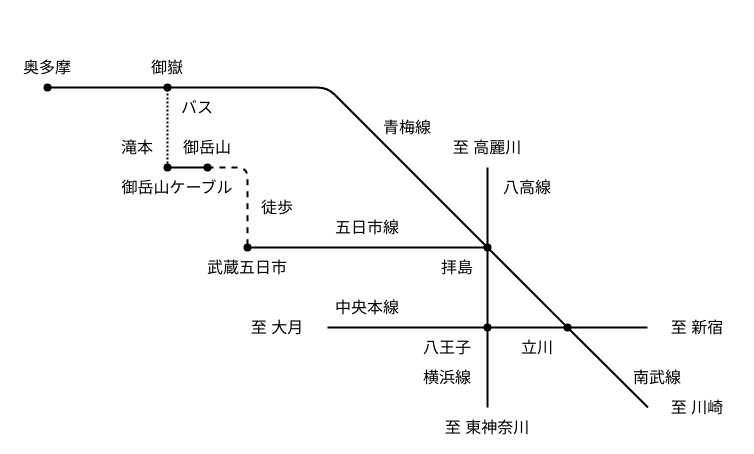
Earlier version of the draw.io diagram page "御岳山-武蔵五日市" (6 of 6) of routes.drawio (nnm-t/techniques-to-escape-from-dead-end-lines). Source tidied: cells renumbered, new cells numbered last; positions are measured from the earlier drawing's top-left corner, leaving out a move shared by most shapes. Both pictures are drawn from the tidied source at 100%, with x=0, y=0 at pixel (17, 57).
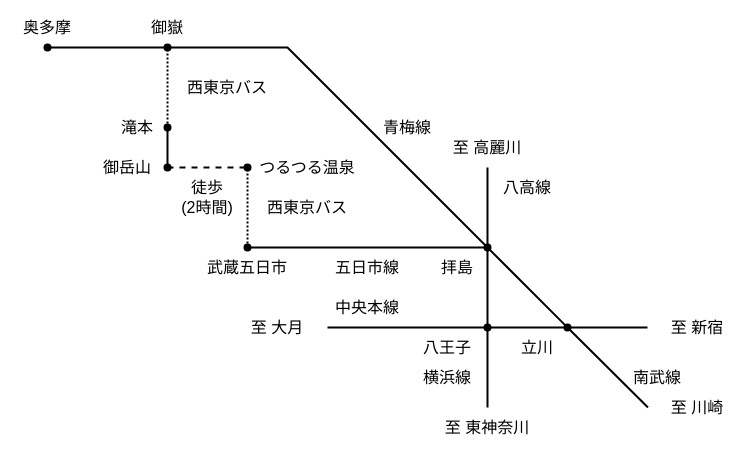
The same diagram, later.

The edit, as a diff of the source:
```diff
@@
-    <mxCell id="2" style="endArrow=oval;html=1;fontSize=16;strokeWidth=2;startArrow=oval;startFill=1;endFill=1;" parent="1" edge="1">
+    <mxCell id="2" style="endArrow=oval;html=1;fontSize=16;strokeWidth=2;startArrow=oval;startFill=1;endFill=1;rounded=0;" parent="1" edge="1">
       <mxGeometry relative="1" as="geometry">
-        <mxPoint x="30" y="30" as="sourcePoint" />
+        <mxPoint x="30" y="-10" as="sourcePoint" />
         <mxPoint x="550" y="270" as="targetPoint" />
         <Array as="points">
-          <mxPoint x="310" y="30" />
+          <mxPoint x="270" y="-10" />
         </Array>
       </mxGeometry>
     </mxCell>
@@
     <mxCell id="5" style="endArrow=oval;html=1;fontSize=16;strokeWidth=2;startArrow=oval;startFill=1;endFill=1;" parent="1" edge="1">
       <mxGeometry relative="1" as="geometry">
-        <mxPoint x="190" y="110" as="sourcePoint" />
-        <mxPoint x="150" y="110" as="targetPoint" />
+        <mxPoint x="150" y="110" as="sourcePoint" />
+        <mxPoint x="150" y="70" as="targetPoint" />
       </mxGeometry>
     </mxCell>
-    <mxCell id="6" style="endArrow=none;html=1;fontSize=16;strokeWidth=2;dashed=1;" parent="1" edge="1">
+    <mxCell id="6" style="endArrow=none;html=1;fontSize=16;strokeWidth=2;dashed=1;rounded=0;" parent="1" edge="1">
       <mxGeometry relative="1" as="geometry">
-        <mxPoint x="190" y="110" as="sourcePoint" />
-        <mxPoint x="230" y="190" as="targetPoint" />
+        <mxPoint x="150" y="110" as="sourcePoint" />
+        <mxPoint x="230" y="110" as="targetPoint" />
         <Array as="points">
           <mxPoint x="230" y="110" />
         </Array>
       </mxGeometry>
     </mxCell>
     <mxCell id="7" style="endArrow=oval;html=1;dashed=1;fontSize=16;strokeWidth=2;endFill=1;dashPattern=1 1;" parent="1" edge="1">
       <mxGeometry relative="1" as="geometry">
-        <mxPoint x="150" y="110" as="sourcePoint" />
-        <mxPoint x="150" y="30" as="targetPoint" />
+        <mxPoint x="150" y="70" as="sourcePoint" />
+        <mxPoint x="150" y="-10" as="targetPoint" />
       </mxGeometry>
     </mxCell>
     <mxCell id="8" value="奥多摩" style="text;html=1;strokeColor=none;fillColor=none;align=center;verticalAlign=middle;whiteSpace=wrap;rounded=0;fontSize=16;" parent="1" vertex="1">
-      <mxGeometry width="60" height="20" as="geometry" />
+      <mxGeometry y="-40" width="60" height="20" as="geometry" />
     </mxCell>
     <mxCell id="9" value="御嶽" style="text;html=1;strokeColor=none;fillColor=none;align=center;verticalAlign=middle;whiteSpace=wrap;rounded=0;fontSize=16;" parent="1" vertex="1">
-      <mxGeometry x="130" width="40" height="20" as="geometry" />
+      <mxGeometry x="130" y="-40" width="40" height="20" as="geometry" />
     </mxCell>
@@
     <mxCell id="11" value="御岳山" style="text;html=1;strokeColor=none;fillColor=none;align=center;verticalAlign=middle;whiteSpace=wrap;rounded=0;fontSize=16;" parent="1" vertex="1">
-      <mxGeometry x="160" y="80" width="60" height="20" as="geometry" />
+      <mxGeometry x="80" y="100" width="60" height="20" as="geometry" />
     </mxCell>
@@
     <mxCell id="27" value="五日市線" style="text;html=1;strokeColor=none;fillColor=none;align=center;verticalAlign=middle;whiteSpace=wrap;rounded=0;fontSize=16;" parent="1" vertex="1">
-      <mxGeometry x="310" y="160" width="80" height="20" as="geometry" />
+      <mxGeometry x="310" y="200" width="80" height="20" as="geometry" />
     </mxCell>
@@
     <mxCell id="29" value="滝本" style="text;html=1;strokeColor=none;fillColor=none;align=center;verticalAlign=middle;whiteSpace=wrap;rounded=0;fontSize=16;" parent="1" vertex="1">
-      <mxGeometry x="100" y="80" width="40" height="20" as="geometry" />
+      <mxGeometry x="100" y="60" width="40" height="20" as="geometry" />
     </mxCell>
-    <mxCell id="30" value="御岳山ケーブル" style="text;html=1;strokeColor=none;fillColor=none;align=center;verticalAlign=middle;whiteSpace=wrap;rounded=0;fontSize=16;" parent="1" vertex="1">
-      <mxGeometry x="100" y="120" width="120" height="20" as="geometry" />
-    </mxCell>
-    <mxCell id="31" value="徒歩" style="text;html=1;strokeColor=none;fillColor=none;align=center;verticalAlign=middle;whiteSpace=wrap;rounded=0;fontSize=16;" parent="1" vertex="1">
-      <mxGeometry x="240" y="140" width="40" height="20" as="geometry" />
+    <mxCell id="31" value="徒歩&lt;br&gt;(2時間)" style="text;html=1;strokeColor=none;fillColor=none;align=center;verticalAlign=middle;whiteSpace=wrap;rounded=0;fontSize=16;" parent="1" vertex="1">
+      <mxGeometry x="160" y="120" width="60" height="40" as="geometry" />
     </mxCell>
-    <mxCell id="32" value="バス" style="text;html=1;strokeColor=none;fillColor=none;align=center;verticalAlign=middle;whiteSpace=wrap;rounded=0;fontSize=16;" parent="1" vertex="1">
-      <mxGeometry x="160" y="40" width="40" height="20" as="geometry" />
+    <mxCell id="32" value="西東京バス" style="text;html=1;strokeColor=none;fillColor=none;align=center;verticalAlign=middle;whiteSpace=wrap;rounded=0;fontSize=16;" parent="1" vertex="1">
+      <mxGeometry x="160" y="20" width="100" height="20" as="geometry" />
     </mxCell>
+    <mxCell id="33" style="endArrow=oval;html=1;rounded=0;fontSize=16;strokeWidth=2;endFill=1;dashed=1;dashPattern=1 1;" parent="1" edge="1">
+      <mxGeometry relative="1" as="geometry">
+        <mxPoint x="230" y="190" as="sourcePoint" />
+        <mxPoint x="230" y="110" as="targetPoint" />
+      </mxGeometry>
+    </mxCell>
+    <mxCell id="34" value="つるつる温泉" style="text;html=1;strokeColor=none;fillColor=none;align=center;verticalAlign=middle;whiteSpace=wrap;rounded=0;fontSize=16;" parent="1" vertex="1">
+      <mxGeometry x="240" y="100" width="100" height="20" as="geometry" />
+    </mxCell>
+    <mxCell id="35" value="西東京バス" style="text;html=1;strokeColor=none;fillColor=none;align=center;verticalAlign=middle;whiteSpace=wrap;rounded=0;fontSize=16;" parent="1" vertex="1">
+      <mxGeometry x="240" y="140" width="100" height="20" as="geometry" />
+    </mxCell>
```
